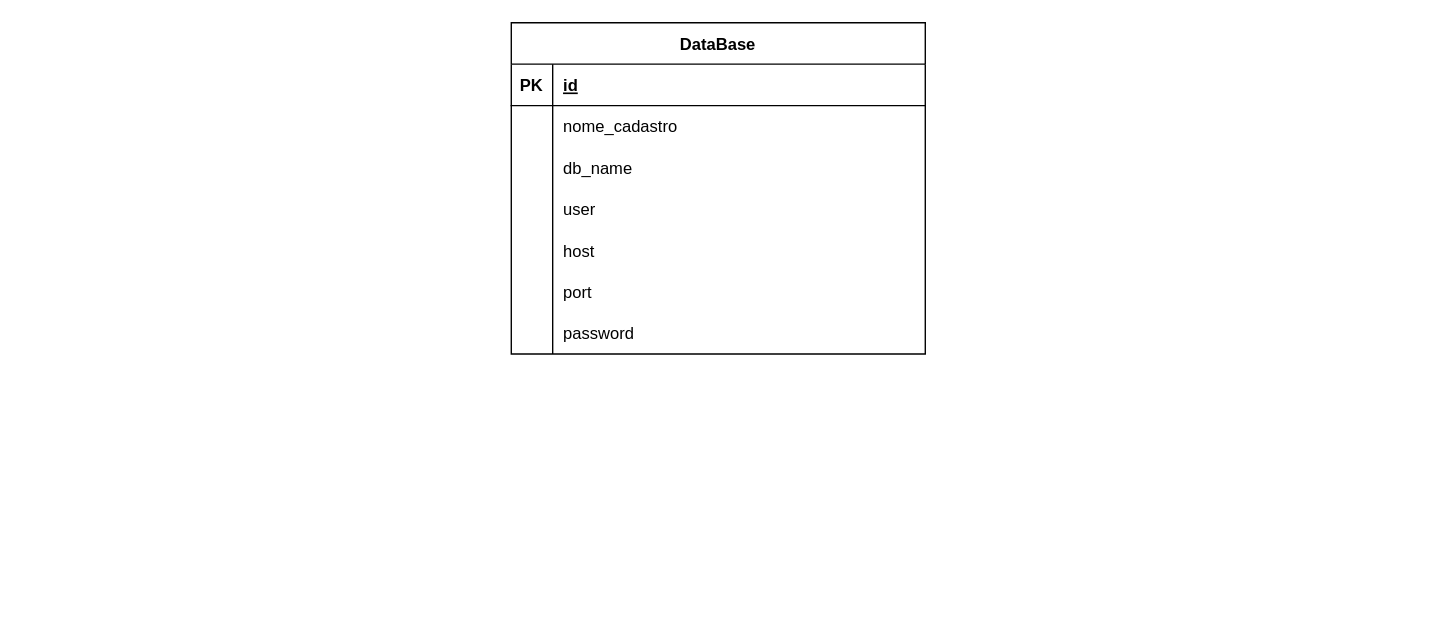
This is page "Modelo da Tabelade Gerenciamento do Usuário." (6 of 7) of EstruturaObtencaoDeDados.drawio from Fat83dotcom/Interface_Estacao, a draw.io file, before an edit. Source tidied: cells renumbered, new cells numbered last; positions are measured from the earlier drawing's top-left corner, leaving out a move shared by most shapes. Both pictures are drawn from the tidied source at 138%, with x=0, y=0 at pixel (511, 22).
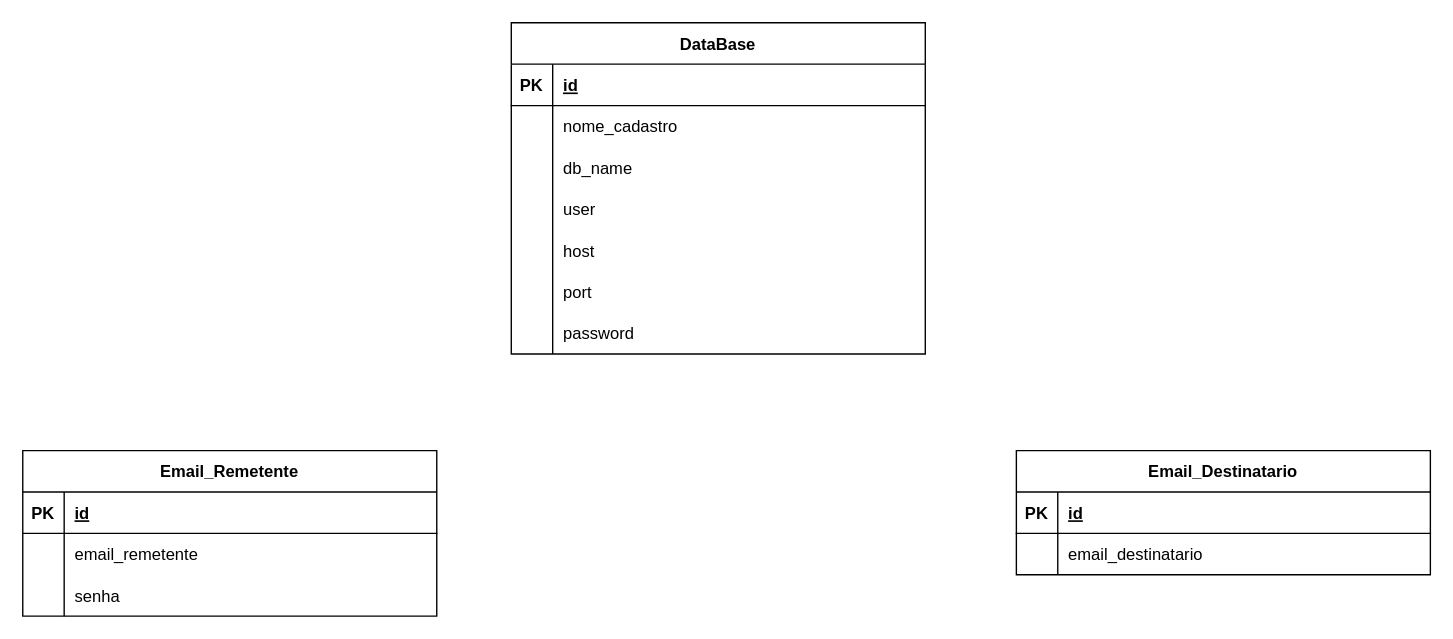
The same page after the edit.

Change to the diagram source:
```diff
@@
+    <mxCell id="24" value="Email_Remetente" style="shape=table;startSize=30;childLayout=tableLayout;rowLines=0;fontStyle=1;align=center;" parent="1" vertex="1">
+      <mxGeometry x="-354" y="310" width="300" height="120" as="geometry" />
+    </mxCell>
+    <mxCell id="25" style="shape=tableRow;horizontal=0;startSize=0;swimlaneHead=0;swimlaneBody=0;fillColor=none;top=0;left=0;right=0;bottom=1;" parent="24" vertex="1">
+      <mxGeometry y="30" width="300" height="30" as="geometry" />
+    </mxCell>
+    <mxCell id="26" value="PK" style="shape=partialRectangle;fillColor=none;top=0;left=0;bottom=0;right=0;fontStyle=1;overflow=hidden;" parent="25" vertex="1">
+      <mxGeometry width="30" height="30" as="geometry" />
+    </mxCell>
+    <mxCell id="27" value="id" style="shape=partialRectangle;fillColor=none;top=0;left=0;bottom=0;right=0;align=left;spacingLeft=6;fontStyle=5;overflow=hidden;" parent="25" vertex="1">
+      <mxGeometry x="30" width="270" height="30" as="geometry" />
+    </mxCell>
+    <mxCell id="28" style="shape=tableRow;horizontal=0;startSize=0;swimlaneHead=0;swimlaneBody=0;fillColor=none;top=0;left=0;right=0;bottom=0;" parent="24" vertex="1">
+      <mxGeometry y="60" width="300" height="30" as="geometry" />
+    </mxCell>
+    <mxCell id="29" style="shape=partialRectangle;fillColor=none;top=0;left=0;bottom=0;right=0;overflow=hidden;" parent="28" vertex="1">
+      <mxGeometry width="30" height="30" as="geometry" />
+    </mxCell>
+    <mxCell id="30" value="email_remetente" style="shape=partialRectangle;fillColor=none;top=0;left=0;bottom=0;right=0;align=left;spacingLeft=6;overflow=hidden;" parent="28" vertex="1">
+      <mxGeometry x="30" width="270" height="30" as="geometry" />
+    </mxCell>
+    <mxCell id="31" style="shape=tableRow;horizontal=0;startSize=0;swimlaneHead=0;swimlaneBody=0;fillColor=none;top=0;left=0;right=0;bottom=0;" parent="24" vertex="1">
+      <mxGeometry y="90" width="300" height="30" as="geometry" />
+    </mxCell>
+    <mxCell id="32" style="shape=partialRectangle;fillColor=none;top=0;left=0;bottom=0;right=0;overflow=hidden;" parent="31" vertex="1">
+      <mxGeometry width="30" height="30" as="geometry" />
+    </mxCell>
+    <mxCell id="33" value="senha" style="shape=partialRectangle;fillColor=none;top=0;left=0;bottom=0;right=0;align=left;spacingLeft=6;overflow=hidden;" parent="31" vertex="1">
+      <mxGeometry x="30" width="270" height="30" as="geometry" />
+    </mxCell>
+    <mxCell id="34" value="Email_Destinatario" style="shape=table;startSize=30;childLayout=tableLayout;rowLines=0;fontStyle=1;align=center;" parent="1" vertex="1">
+      <mxGeometry x="366" y="310" width="300" height="90" as="geometry" />
+    </mxCell>
+    <mxCell id="35" style="shape=tableRow;horizontal=0;startSize=0;swimlaneHead=0;swimlaneBody=0;fillColor=none;top=0;left=0;right=0;bottom=1;" parent="34" vertex="1">
+      <mxGeometry y="30" width="300" height="30" as="geometry" />
+    </mxCell>
+    <mxCell id="36" value="PK" style="shape=partialRectangle;fillColor=none;top=0;left=0;bottom=0;right=0;fontStyle=1;overflow=hidden;" parent="35" vertex="1">
+      <mxGeometry width="30" height="30" as="geometry" />
+    </mxCell>
+    <mxCell id="37" value="id" style="shape=partialRectangle;fillColor=none;top=0;left=0;bottom=0;right=0;align=left;spacingLeft=6;fontStyle=5;overflow=hidden;" parent="35" vertex="1">
+      <mxGeometry x="30" width="270" height="30" as="geometry" />
+    </mxCell>
+    <mxCell id="38" style="shape=tableRow;horizontal=0;startSize=0;swimlaneHead=0;swimlaneBody=0;fillColor=none;top=0;left=0;right=0;bottom=0;" parent="34" vertex="1">
+      <mxGeometry y="60" width="300" height="30" as="geometry" />
+    </mxCell>
+    <mxCell id="39" style="shape=partialRectangle;fillColor=none;top=0;left=0;bottom=0;right=0;overflow=hidden;" parent="38" vertex="1">
+      <mxGeometry width="30" height="30" as="geometry" />
+    </mxCell>
+    <mxCell id="40" value="email_destinatario" style="shape=partialRectangle;fillColor=none;top=0;left=0;bottom=0;right=0;align=left;spacingLeft=6;overflow=hidden;" parent="38" vertex="1">
+      <mxGeometry x="30" width="270" height="30" as="geometry" />
+    </mxCell>
```
